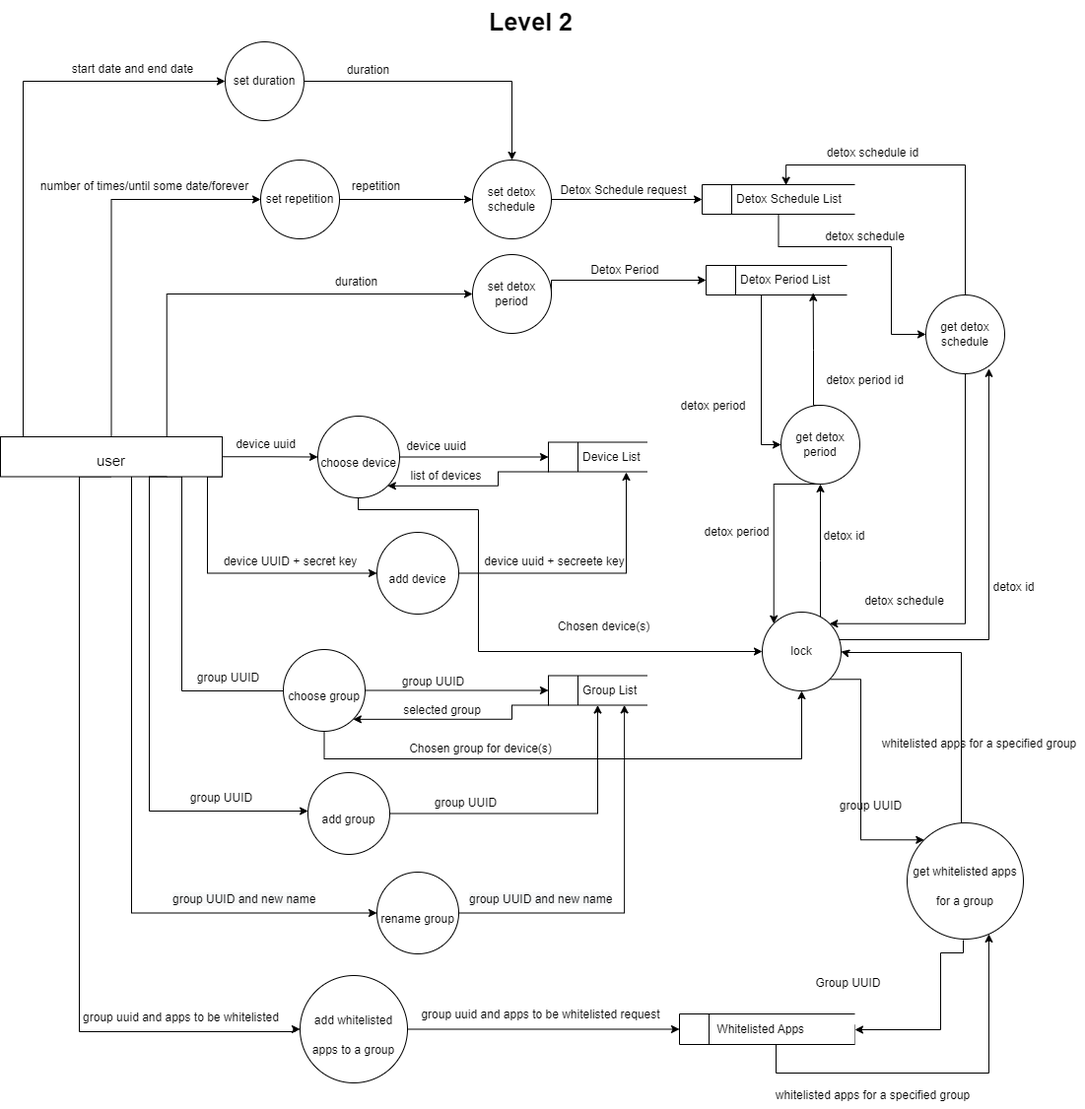
Earlier version of the draw.io export SRS/imgs/DFD-Data Flow Diagram level 2.drawio.png (mohamed-sallam/awb-docs). Source tidied: cells renumbered, new cells last; positions are measured from the earlier drawing's top-left corner, leaving out a move shared by most shapes.
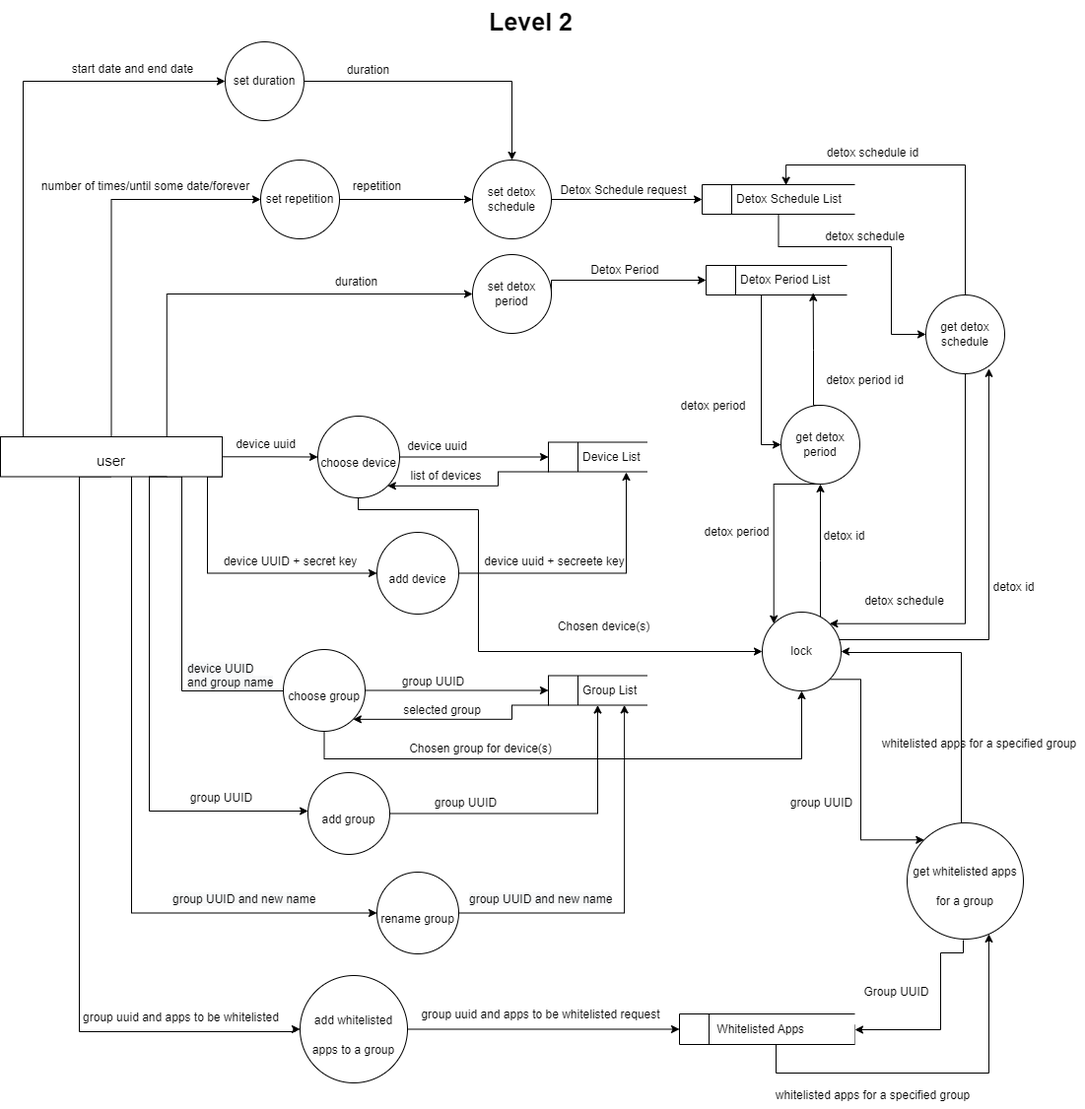
The same file after the commit.

Commit message:
srs/diagram/39/refactor_data_flow_diagram: slight change

The edit, as a diff of the source:
```diff
@@ -140,9 +140,6 @@
     <mxCell id="28" value="&lt;span style=&quot;font-size: 12px;&quot;&gt;choose group&lt;/span&gt;" style="ellipse;whiteSpace=wrap;html=1;fontSize=25;align=center;" parent="1" vertex="1">
       <mxGeometry x="287" y="659" width="83" height="83" as="geometry" />
     </mxCell>
-    <mxCell id="29" value="group UUID" style="text;html=1;align=center;verticalAlign=middle;strokeColor=none;fillColor=none;fontSize=12;" parent="1" vertex="1">
-      <mxGeometry x="190" y="675" width="81" height="26" as="geometry" />
-    </mxCell>
     <mxCell id="30" style="edgeStyle=orthogonalEdgeStyle;rounded=0;jettySize=auto;html=1;exitX=0;exitY=1;exitDx=0;exitDy=0;entryX=1;entryY=1;entryDx=0;entryDy=0;fontSize=12;" parent="1" edge="1" source="31" target="28">
       <mxGeometry relative="1" as="geometry">
         <Array as="points">
@@ -258,7 +255,7 @@
       <mxGeometry x="920" y="835" width="118" height="118" as="geometry" />
     </mxCell>
     <mxCell id="54" value="Group UUID" style="text;html=1;align=center;verticalAlign=middle;strokeColor=none;fillColor=none;fontSize=12;" parent="1" vertex="1">
-      <mxGeometry x="818" y="985" width="84" height="26" as="geometry" />
+      <mxGeometry x="867" y="994" width="84" height="26" as="geometry" />
     </mxCell>
     <mxCell id="55" value="whitelisted apps for a specified group" style="text;html=1;align=center;verticalAlign=middle;strokeColor=none;fillColor=none;fontSize=12;" parent="1" vertex="1">
       <mxGeometry x="777" y="1099" width="215" height="26" as="geometry" />
@@ -267,7 +264,7 @@
       <mxGeometry x="885" y="742" width="215" height="26" as="geometry" />
     </mxCell>
     <mxCell id="57" value="group UUID" style="text;html=1;align=center;verticalAlign=middle;strokeColor=none;fillColor=none;fontSize=12;" parent="1" vertex="1">
-      <mxGeometry x="842" y="805" width="81" height="26" as="geometry" />
+      <mxGeometry x="792" y="802" width="81" height="26" as="geometry" />
     </mxCell>
     <mxCell id="58" style="edgeStyle=orthogonalEdgeStyle;rounded=0;jettySize=auto;html=1;exitX=1;exitY=0.5;exitDx=0;exitDy=0;entryX=0;entryY=0.5;entryDx=0;entryDy=0;fontSize=12;" parent="1" edge="1" source="59" target="71">
       <mxGeometry relative="1" as="geometry" />
@@ -402,5 +399,8 @@
     <mxCell id="92" value="&lt;span style=&quot;color: rgb(0, 0, 0); font-family: Helvetica; font-size: 12px; font-style: normal; font-variant-ligatures: normal; font-variant-caps: normal; font-weight: 400; letter-spacing: normal; orphans: 2; text-align: center; text-indent: 0px; text-transform: none; widows: 2; word-spacing: 0px; -webkit-text-stroke-width: 0px; background-color: rgb(248, 249, 250); text-decoration-thickness: initial; text-decoration-style: initial; text-decoration-color: initial; float: none; display: inline !important;&quot;&gt;group UUID and new name&lt;/span&gt;" style="text;whiteSpace=wrap;html=1;" parent="1" vertex="1">
       <mxGeometry x="474" y="899" width="163" height="36" as="geometry" />
     </mxCell>
+    <mxCell id="93" value="&lt;span style=&quot;color: rgb(0, 0, 0); font-family: Helvetica; font-size: 12px; font-style: normal; font-variant-ligatures: normal; font-variant-caps: normal; font-weight: 400; letter-spacing: normal; orphans: 2; text-align: center; text-indent: 0px; text-transform: none; widows: 2; word-spacing: 0px; -webkit-text-stroke-width: 0px; background-color: rgb(248, 249, 250); text-decoration-thickness: initial; text-decoration-style: initial; text-decoration-color: initial; float: none; display: inline !important;&quot;&gt;device UUID and group name&lt;/span&gt;" style="text;whiteSpace=wrap;html=1;" parent="1" vertex="1">
+      <mxGeometry x="188" y="665" width="90" height="40" as="geometry" />
+    </mxCell>
   </root>
 </mxGraphModel>
```
